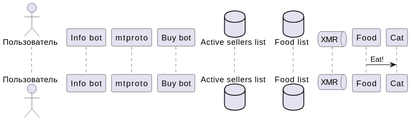
The PlantUML diagram user_flow_diagrams/schemes/buy_food.svg in lucomsky/quantun, before a commit. Source of this version:
```plantuml
@startuml
actor       Пользователь       as usr
participant      "Info bot"      as ib
participant      "mtproto"
participant      "Buy bot"      as bb
database    "Active sellers list"    as asdb
database    "Food list"    as fdb
queue       "XMR"       as xmr

Food -> Cat: Eat!
@enduml
```
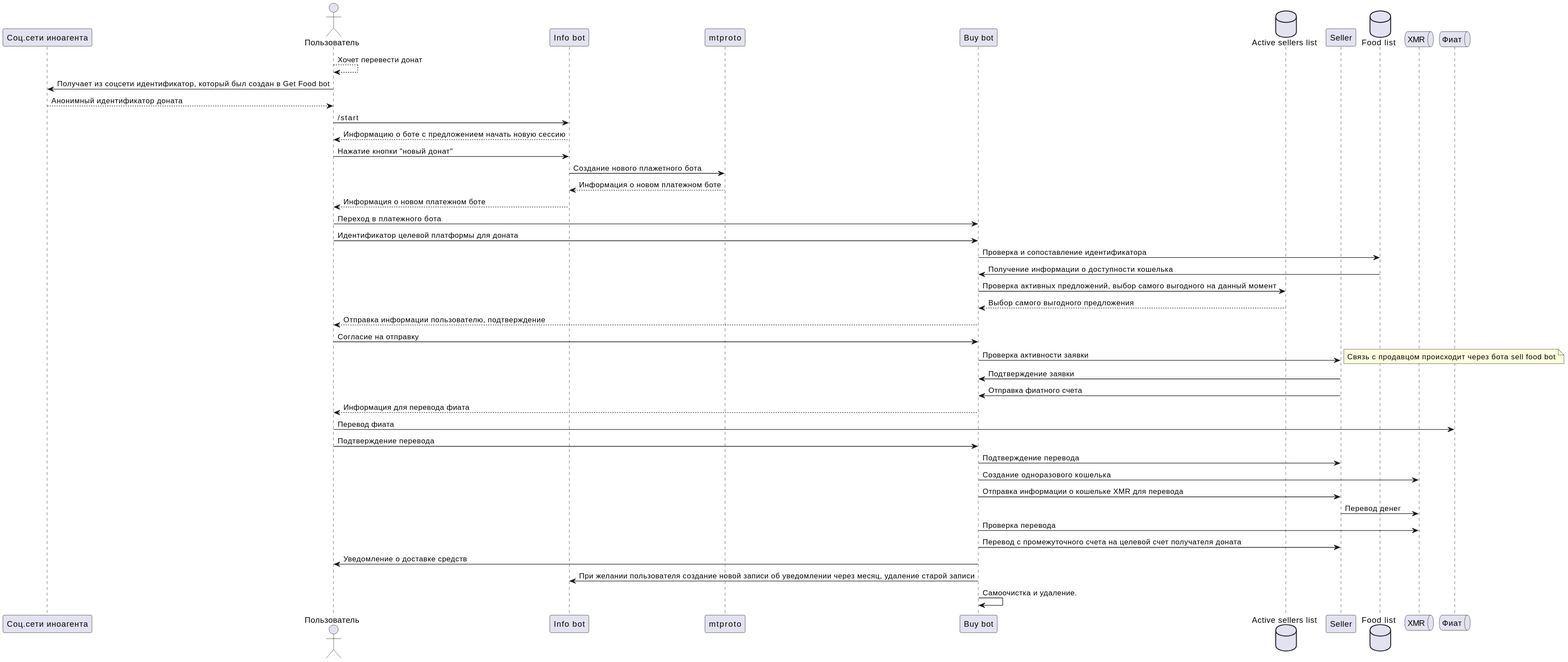
Above is the later version.

Commit message:
Added buy food scheme

Change to the diagram source:
```diff
@@ -1,11 +1,48 @@
 @startuml
+participant      "Соц.сети иноагента"      as p_res
 actor       Пользователь       as usr
 participant      "Info bot"      as ib
-participant      "mtproto"
+participant      "mtproto" as mtp
 participant      "Buy bot"      as bb
 database    "Active sellers list"    as asdb
+participant "Seller" as sl
 database    "Food list"    as fdb
 queue       "XMR"       as xmr
+queue       "Фиат"       as ft
 
-Food -> Cat: Eat!
+usr --> usr: Хочет перевести донат
+usr -> p_res: Получает из соцсети идентификатор, который был создан в Get Food bot
+usr <-- p_res: Анонимный идентификатор доната
+usr -> ib: /start
+usr <--ib: Информацию о боте с предложением начать новую сессию
+usr -> ib: Нажатие кнопки "новый донат"
+ib ->  mtp: Создание нового плажетного бота
+ib <-- mtp: Информация о новом платежном боте
+usr <-- ib: Информация о новом платежном боте
+usr -> bb: Переход в платежного бота
+usr -> bb: Идентификатор целевой платформы для доната
+bb -> fdb: Проверка и сопоставление идентификатора
+bb <- fdb: Получение информации о доступности кошелька
+bb -> asdb: Проверка активных предложений, выбор самого выгодного на данный момент
+bb <-- asdb: Выбор самого выгодного предложения
+usr <-- bb: Отправка информации пользователю, подтверждение
+usr -> bb: Согласие на отправку
+bb -> sl: Проверка активности заявки
+note right
+Связь с продавцом происходит через бота sell food bot
+end note
+bb <- sl: Подтверждение заявки
+bb <- sl: Отправка фиатного счета
+usr <-- bb: Информация для перевода фиата
+usr -> ft: Перевод фиата
+usr -> bb: Подтверждение перевода
+bb -> sl: Подтверждение перевода
+bb -> xmr: Создание одноразового кошелька
+bb -> sl: Отправка информации о кошельке XMR для перевода
+sl -> xmr: Перевод денег
+bb -> xmr: Проверка перевода
+bb -> sl: Перевод с промежуточного счета на целевой счет получателя доната
+usr <- bb: Уведомление о доставке средств
+bb -> ib: При желании пользователя создание новой записи об уведомлении через месяц, удаление старой записи
+bb -> bb: Самоочистка и удаление.
 @enduml
```
